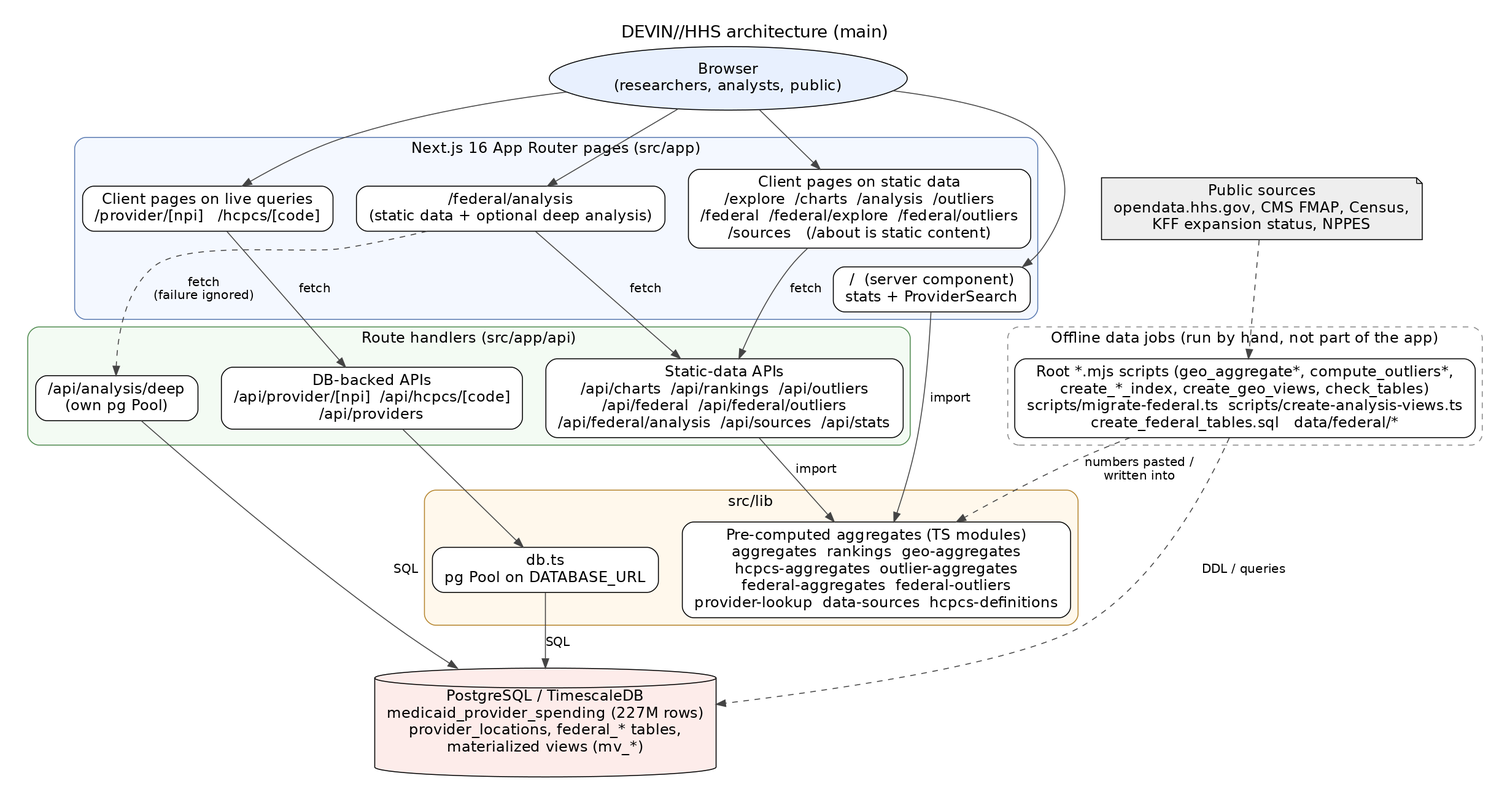
Before: docs/diagrams/architecture.png, a diagram exported from Graphviz (COG-GTM/devin-medicaid-hhs). Its source is kept beside it as docs/diagrams/architecture.dot.
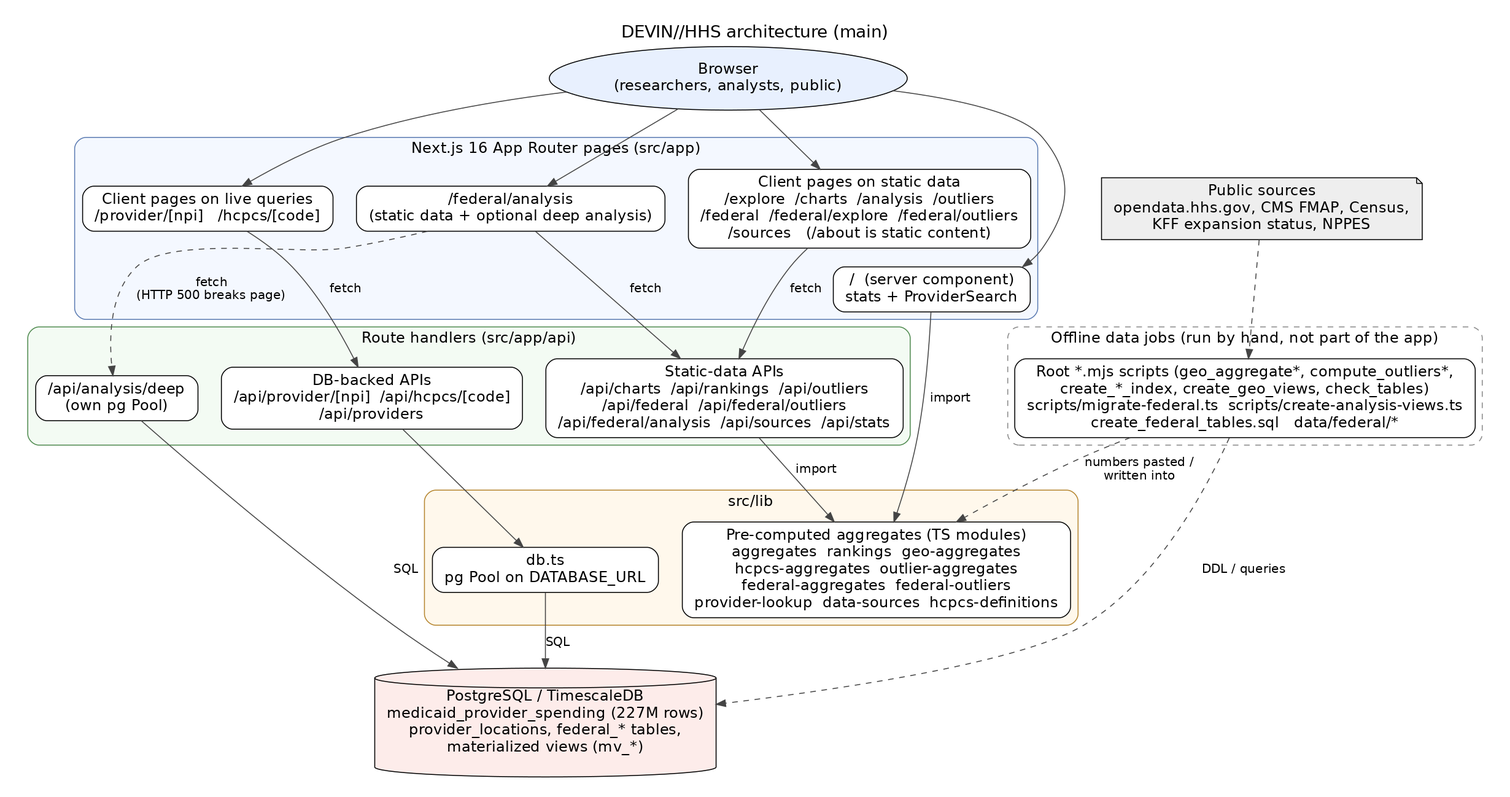
After the change.

Commit message:
docs: correct deep-analysis failure label in diagram

What changed in the source:
```diff
@@ -40,7 +40,7 @@
   home -> aggregates [label="import"];
   static_pages -> api_static [label="fetch"];
   fed_analysis -> api_static [label="fetch"];
-  fed_analysis -> api_deep [label="fetch\n(failure ignored)", style=dashed];
+  fed_analysis -> api_deep [label="fetch\n(HTTP 500 breaks page)", style=dashed];
   db_pages -> api_db [label="fetch"];
   api_static -> aggregates [label="import"];
   api_db -> dbts;
```
